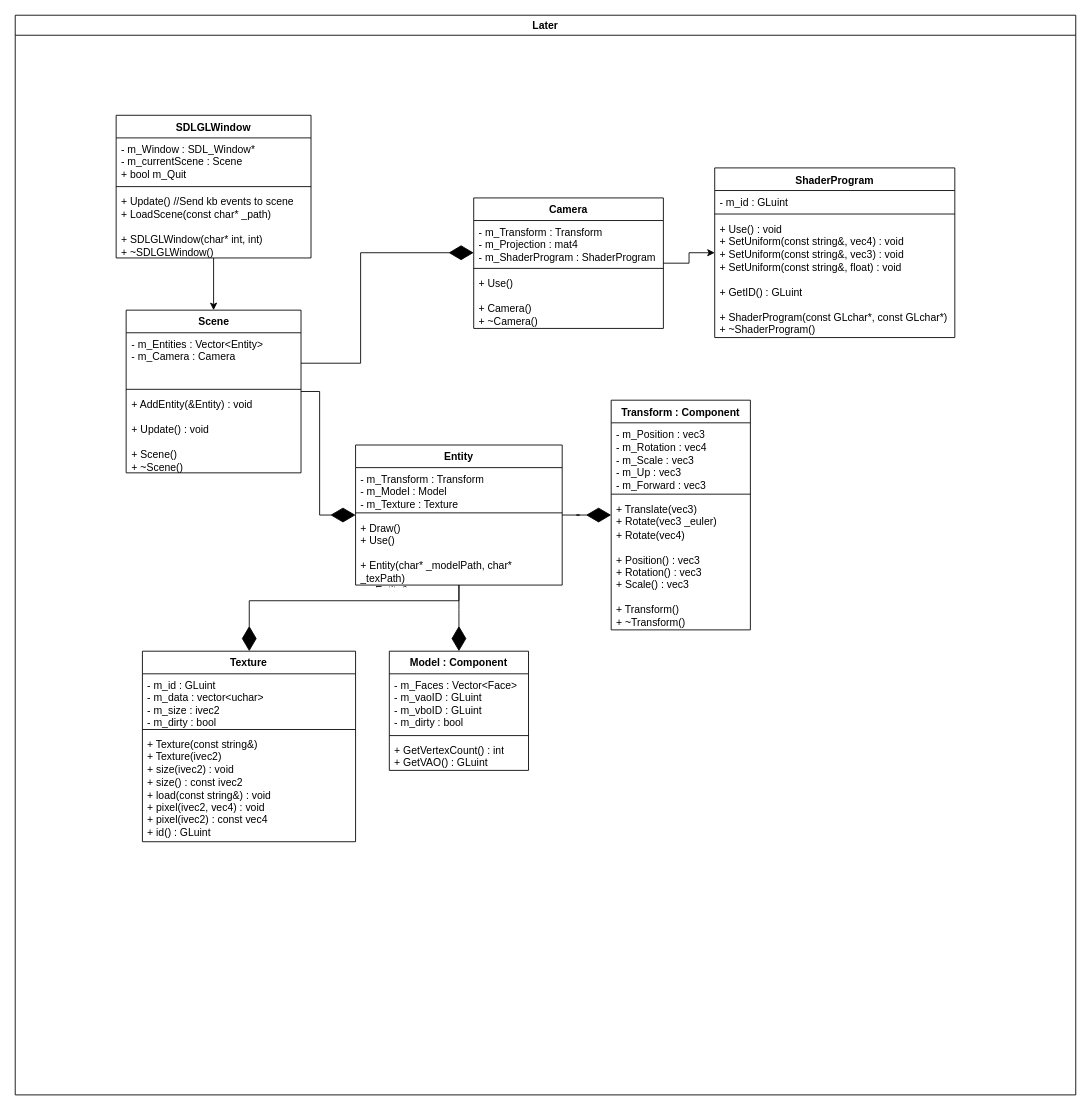
Before: GLProgram.drawio in RanakOFour/3DGPProject, a draw.io diagram. Source tidied: cells renumbered, new cells numbered last; positions are measured from the earlier drawing's top-left corner, leaving out a move shared by most shapes. Both pictures are drawn from the tidied source at 87%, with x=0, y=0 at pixel (15, 15).
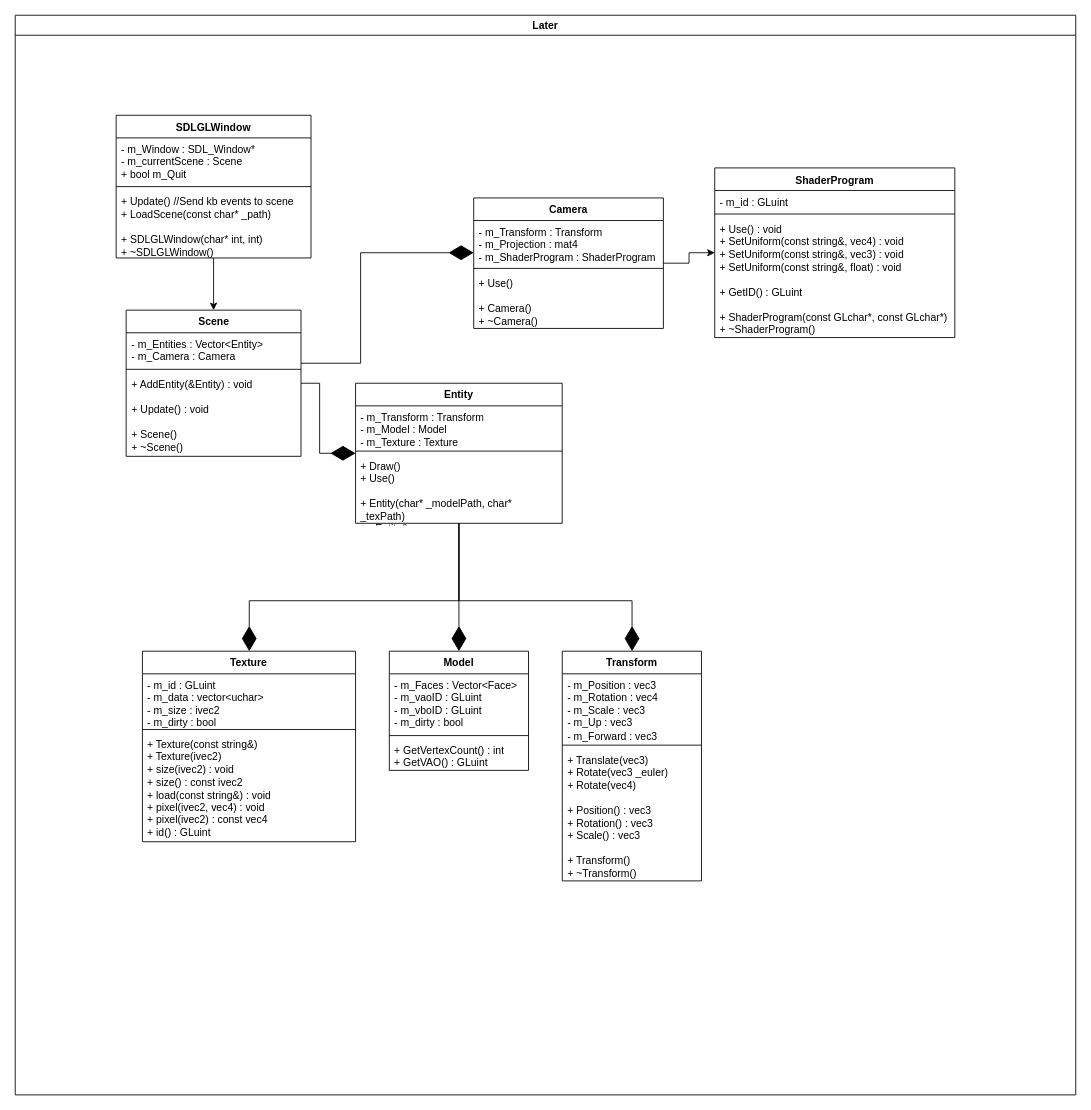
The same page after the edit.

Unchanged cells that the change refers to:
```xml
<mxCell id="2" value="Later" style="swimlane;whiteSpace=wrap;html=1;" parent="1" vertex="1">
  <mxGeometry width="1219" height="1241" as="geometry" />
</mxCell>
```

What changed in the source:
```diff
@@
     <mxCell id="17" style="edgeStyle=orthogonalEdgeStyle;rounded=0;jettySize=auto;html=1;endArrow=diamondThin;endFill=1;endSize=26;" parent="2" edge="1" source="19" target="38">
-      <mxGeometry relative="1" as="geometry" />
+      <mxGeometry relative="1" as="geometry">
+        <Array as="points">
+          <mxPoint x="510" y="673" />
+          <mxPoint x="709" y="673" />
+        </Array>
+      </mxGeometry>
     </mxCell>
@@
     <mxCell id="19" value="Entity" style="swimlane;fontStyle=1;align=center;verticalAlign=top;horizontal=1;startSize=26;whiteSpace=wrap;html=1;" parent="2" vertex="1">
-      <mxGeometry x="391.2" y="494" width="237.5" height="161" as="geometry" />
+      <mxGeometry x="391.2" y="423" width="237.5" height="161" as="geometry" />
     </mxCell>
@@
-    <mxCell id="23" value="Model : Component" style="swimlane;fontStyle=1;align=center;verticalAlign=top;horizontal=1;startSize=26;whiteSpace=wrap;html=1;" parent="2" vertex="1">
+    <mxCell id="23" value="Model" style="swimlane;fontStyle=1;align=center;verticalAlign=top;horizontal=1;startSize=26;whiteSpace=wrap;html=1;" parent="2" vertex="1">
       <mxGeometry x="430" y="731" width="160" height="137" as="geometry" />
     </mxCell>
@@
     <mxCell id="29" value="Scene" style="swimlane;fontStyle=1;align=center;verticalAlign=top;horizontal=1;startSize=26;whiteSpace=wrap;html=1;" parent="2" vertex="1">
-      <mxGeometry x="127.5" y="339" width="201" height="187" as="geometry" />
+      <mxGeometry x="127.5" y="339" width="201" height="168" as="geometry" />
     </mxCell>
     <mxCell id="30" value="&lt;div&gt;- m_Entities : Vector&amp;lt;Entity&amp;gt;&lt;/div&gt;&lt;div&gt;- m_Camera : Camera&lt;/div&gt;" style="text;strokeColor=none;fillColor=none;align=left;verticalAlign=top;spacingLeft=4;spacingRight=4;overflow=hidden;whiteSpace=wrap;html=1;" parent="29" vertex="1">
-      <mxGeometry y="26" width="201" height="61" as="geometry" />
+      <mxGeometry y="26" width="201" height="38" as="geometry" />
     </mxCell>
     <mxCell id="31" style="line;strokeWidth=1;fillColor=none;align=left;verticalAlign=middle;spacingTop=-1;spacingLeft=3;spacingRight=3;labelPosition=right;strokeColor=inherit;" parent="29" vertex="1">
-      <mxGeometry y="87" width="201" height="8" as="geometry" />
+      <mxGeometry y="64" width="201" height="8" as="geometry" />
     </mxCell>
     <mxCell id="32" value="&lt;div&gt;+ AddEntity(&amp;amp;Entity) : void&lt;/div&gt;&lt;div&gt;&lt;br&gt;&lt;/div&gt;&lt;div&gt;+ Update() : void&lt;/div&gt;&lt;div&gt;&lt;br&gt;&lt;/div&gt;&lt;div&gt;+ Scene()&lt;/div&gt;&lt;div&gt;+ ~Scene()&lt;/div&gt;" style="text;strokeColor=none;fillColor=none;align=left;verticalAlign=top;spacingLeft=4;spacingRight=4;overflow=hidden;whiteSpace=wrap;html=1;" parent="29" vertex="1">
-      <mxGeometry y="95" width="201" height="92" as="geometry" />
+      <mxGeometry y="72" width="201" height="96" as="geometry" />
     </mxCell>
@@
-    <mxCell id="38" value="Transform : Component" style="swimlane;fontStyle=1;align=center;verticalAlign=top;horizontal=1;startSize=26;whiteSpace=wrap;html=1;" parent="2" vertex="1">
-      <mxGeometry x="685" y="442.5" width="160" height="264" as="geometry" />
+    <mxCell id="38" value="Transform" style="swimlane;fontStyle=1;align=center;verticalAlign=top;horizontal=1;startSize=26;whiteSpace=wrap;html=1;" parent="2" vertex="1">
+      <mxGeometry x="628.8" y="731" width="160" height="264" as="geometry" />
     </mxCell>
```
